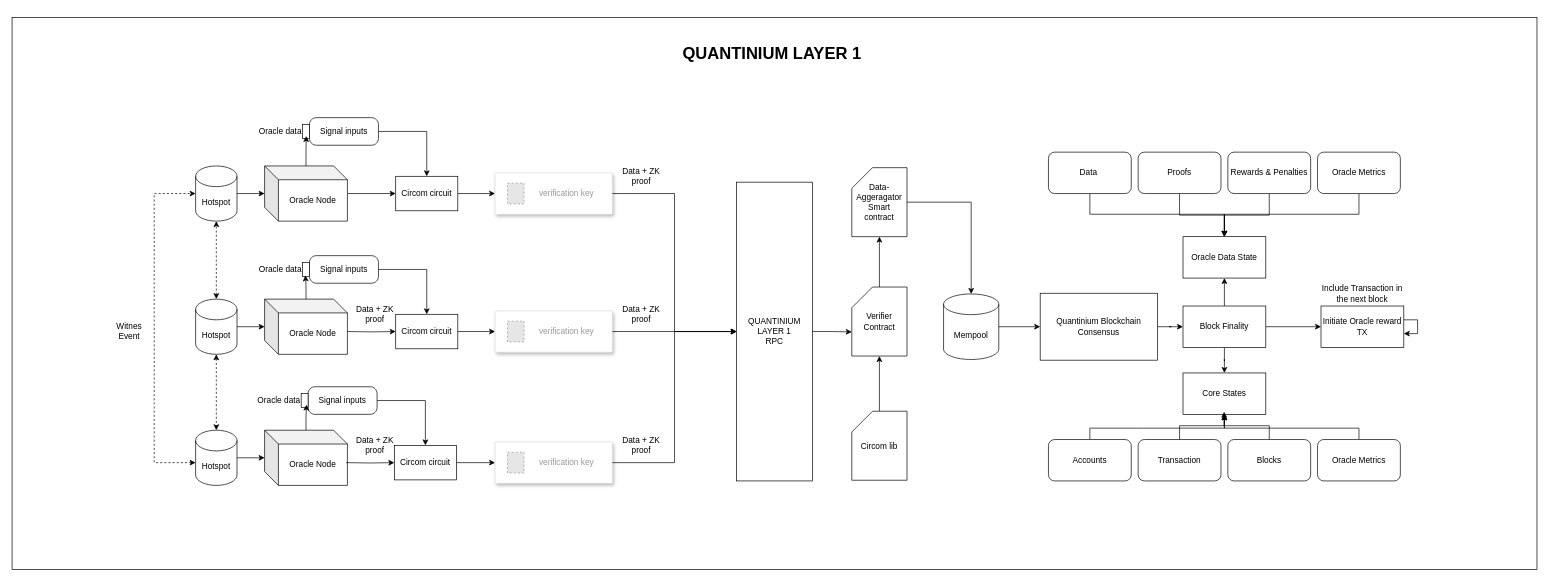
Above: layer1-quantinium.drawio in ali-05-ahmed/Concept-Diagrams (draw.io), before the change. Source tidied: cells renumbered, new cells numbered last; positions are measured from the earlier drawing's top-left corner, leaving out a move shared by most shapes. Both pictures are drawn from the tidied source at 69%, with x=0, y=0 at pixel (12, 17). Pictures stored in the file or linked from it are replaced by grey dashed boxes.
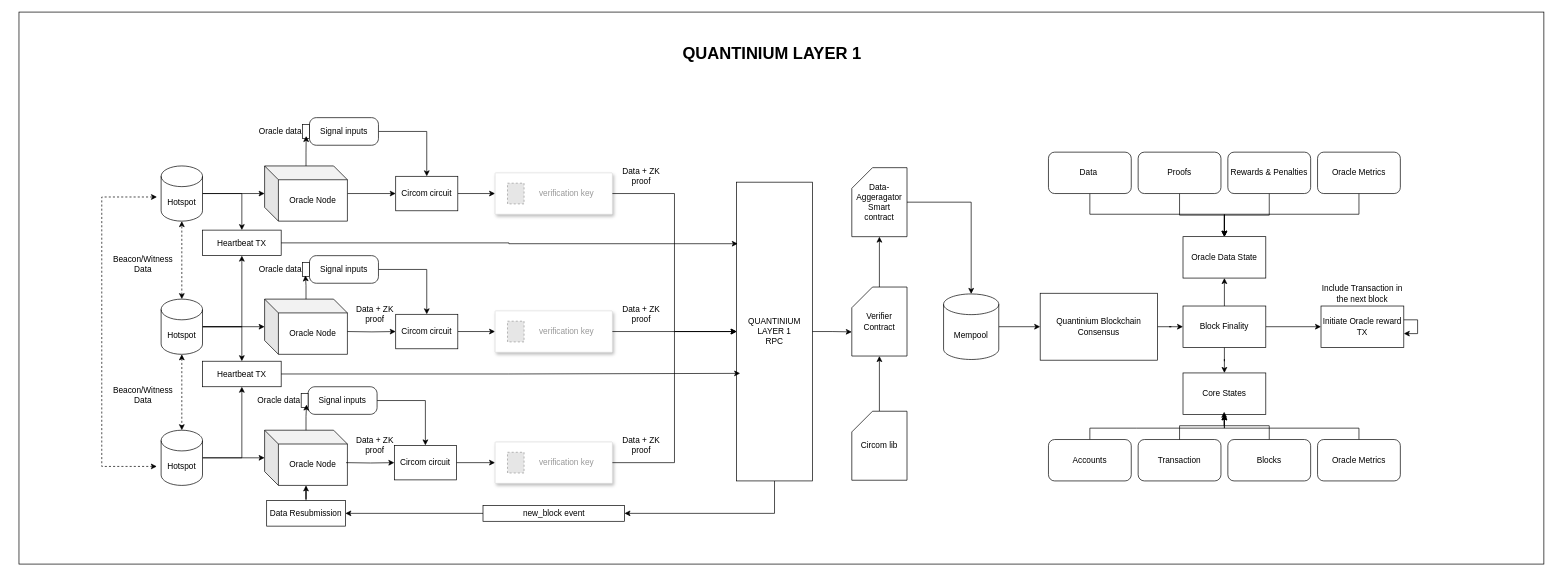
Above is the later version.

The change refers to these unchanged cells:
```xml
<mxCell id="11" value="Oracle Node" style="shape=cube;whiteSpace=wrap;html=1;boundedLbl=1;backgroundOutline=1;darkOpacity=0.05;darkOpacity2=0.1;" parent="1" vertex="1">
  <mxGeometry x="366" y="598" width="120" height="80" as="geometry" />
</mxCell>
<mxCell id="49" value="QUANTINIUM&lt;br&gt;LAYER 1&lt;br&gt;RPC" style="rounded=0;whiteSpace=wrap;html=1;" parent="1" vertex="1">
  <mxGeometry x="1050" y="238.5" width="110" height="433" as="geometry" />
</mxCell>
```

Diff of the diagram source:
```diff
@@
     <mxCell id="2" style="rounded=0;whiteSpace=wrap;html=1;" parent="1" vertex="1">
-      <mxGeometry width="2210" height="800" as="geometry" />
+      <mxGeometry x="10" y="-8" width="2210" height="800" as="geometry" />
     </mxCell>
@@
+    <mxCell id="89" style="edgeStyle=orthogonalEdgeStyle;rounded=0;jettySize=auto;html=1;" parent="1" edge="1" source="6" target="96">
+      <mxGeometry relative="1" as="geometry">
+        <Array as="points">
+          <mxPoint x="333" y="448" />
+        </Array>
+      </mxGeometry>
+    </mxCell>
+    <mxCell id="90" style="edgeStyle=orthogonalEdgeStyle;rounded=0;jettySize=auto;html=1;entryX=0.5;entryY=1;entryDx=0;entryDy=0;" parent="1" edge="1" source="6" target="95">
+      <mxGeometry relative="1" as="geometry">
+        <Array as="points">
+          <mxPoint x="333" y="448" />
+        </Array>
+      </mxGeometry>
+    </mxCell>
     <mxCell id="6" value="Hotspot" style="shape=cylinder3;whiteSpace=wrap;html=1;boundedLbl=1;backgroundOutline=1;size=15;" parent="1" vertex="1">
-      <mxGeometry x="266" y="408" width="60" height="80" as="geometry" />
+      <mxGeometry x="216" y="408" width="60" height="80" as="geometry" />
     </mxCell>
@@
+    <mxCell id="91" style="edgeStyle=orthogonalEdgeStyle;rounded=0;jettySize=auto;html=1;" parent="1" edge="1" source="10" target="95">
+      <mxGeometry relative="1" as="geometry">
+        <Array as="points">
+          <mxPoint x="333" y="255" />
+        </Array>
+      </mxGeometry>
+    </mxCell>
     <mxCell id="10" value="Hotspot" style="shape=cylinder3;whiteSpace=wrap;html=1;boundedLbl=1;backgroundOutline=1;size=15;" parent="1" vertex="1">
-      <mxGeometry x="266" y="215" width="60" height="80" as="geometry" />
+      <mxGeometry x="216" y="215" width="60" height="80" as="geometry" />
     </mxCell>
@@
+    <mxCell id="92" style="edgeStyle=orthogonalEdgeStyle;rounded=0;jettySize=auto;html=1;entryX=0.5;entryY=1;entryDx=0;entryDy=0;" parent="1" edge="1" source="13" target="96">
+      <mxGeometry relative="1" as="geometry">
+        <Array as="points">
+          <mxPoint x="333" y="638" />
+        </Array>
+      </mxGeometry>
+    </mxCell>
     <mxCell id="13" value="Hotspot" style="shape=cylinder3;whiteSpace=wrap;html=1;boundedLbl=1;backgroundOutline=1;size=15;" parent="1" vertex="1">
-      <mxGeometry x="266" y="598" width="60" height="80" as="geometry" />
+      <mxGeometry x="216" y="598" width="60" height="80" as="geometry" />
     </mxCell>
@@
-    <mxCell id="15" style="edgeStyle=orthogonalEdgeStyle;rounded=0;jettySize=auto;html=1;entryX=0;entryY=0.5;entryDx=0;entryDy=0;entryPerimeter=0;startArrow=classic;startFill=1;dashed=1;" parent="1" edge="1" source="13" target="10">
+    <mxCell id="15" style="edgeStyle=orthogonalEdgeStyle;rounded=0;jettySize=auto;html=1;startArrow=classic;startFill=1;dashed=1;exitX=-0.104;exitY=0.656;exitDx=0;exitDy=0;exitPerimeter=0;" parent="1" edge="1" source="13">
       <mxGeometry relative="1" as="geometry">
+        <mxPoint x="210" y="260" as="targetPoint" />
         <Array as="points">
-          <mxPoint x="206" y="645" />
-          <mxPoint x="206" y="255" />
+          <mxPoint x="130" y="651" />
+          <mxPoint x="130" y="260" />
         </Array>
       </mxGeometry>
     </mxCell>
-    <mxCell id="16" value="Witnes Event" style="text;html=1;align=center;verticalAlign=middle;whiteSpace=wrap;rounded=0;" parent="1" vertex="1">
-      <mxGeometry x="140" y="440" width="60" height="30" as="geometry" />
+    <mxCell id="16" value="Beacon/Witness&lt;br&gt;Data" style="text;html=1;align=center;verticalAlign=middle;whiteSpace=wrap;rounded=0;" parent="1" vertex="1">
+      <mxGeometry x="160" y="535" width="60" height="23" as="geometry" />
     </mxCell>
@@
+    <mxCell id="93" style="edgeStyle=orthogonalEdgeStyle;rounded=0;jettySize=auto;html=1;entryX=1;entryY=0.5;entryDx=0;entryDy=0;" parent="1" edge="1" source="102" target="101">
+      <mxGeometry relative="1" as="geometry" />
+    </mxCell>
+    <mxCell id="94" style="edgeStyle=orthogonalEdgeStyle;rounded=0;jettySize=auto;html=1;entryX=1;entryY=0.5;entryDx=0;entryDy=0;" parent="1" edge="1" source="49" target="102">
+      <mxGeometry relative="1" as="geometry">
+        <Array as="points">
+          <mxPoint x="1105" y="719" />
+        </Array>
+      </mxGeometry>
+    </mxCell>
@@
+    <mxCell id="95" value="Heartbeat TX" style="rounded=0;whiteSpace=wrap;html=1;" parent="1" vertex="1">
+      <mxGeometry x="276" y="308" width="114" height="37" as="geometry" />
+    </mxCell>
+    <mxCell id="96" value="Heartbeat TX" style="rounded=0;whiteSpace=wrap;html=1;" parent="1" vertex="1">
+      <mxGeometry x="276" y="498" width="114" height="37" as="geometry" />
+    </mxCell>
+    <mxCell id="97" style="edgeStyle=orthogonalEdgeStyle;rounded=0;jettySize=auto;html=1;entryX=0.016;entryY=0.206;entryDx=0;entryDy=0;entryPerimeter=0;" parent="1" edge="1" source="95" target="49">
+      <mxGeometry relative="1" as="geometry" />
+    </mxCell>
+    <mxCell id="98" style="edgeStyle=orthogonalEdgeStyle;rounded=0;jettySize=auto;html=1;entryX=0.047;entryY=0.64;entryDx=0;entryDy=0;entryPerimeter=0;" parent="1" edge="1" source="96" target="49">
+      <mxGeometry relative="1" as="geometry" />
+    </mxCell>
+    <mxCell id="99" value="Beacon/Witness&lt;br&gt;Data" style="text;html=1;align=center;verticalAlign=middle;whiteSpace=wrap;rounded=0;" parent="1" vertex="1">
+      <mxGeometry x="160" y="345" width="60" height="23" as="geometry" />
+    </mxCell>
+    <mxCell id="100" style="edgeStyle=orthogonalEdgeStyle;rounded=0;jettySize=auto;html=1;" parent="1" edge="1" source="101" target="11">
+      <mxGeometry relative="1" as="geometry" />
+    </mxCell>
+    <mxCell id="101" value="Data Resubmission" style="rounded=0;whiteSpace=wrap;html=1;" parent="1" vertex="1">
+      <mxGeometry x="369" y="700" width="114" height="37" as="geometry" />
+    </mxCell>
+    <mxCell id="102" value="new_block event" style="text;html=1;align=center;verticalAlign=middle;whiteSpace=wrap;rounded=0;strokeColor=default;" parent="1" vertex="1">
+      <mxGeometry x="682.5" y="707" width="205" height="23" as="geometry" />
+    </mxCell>
```
